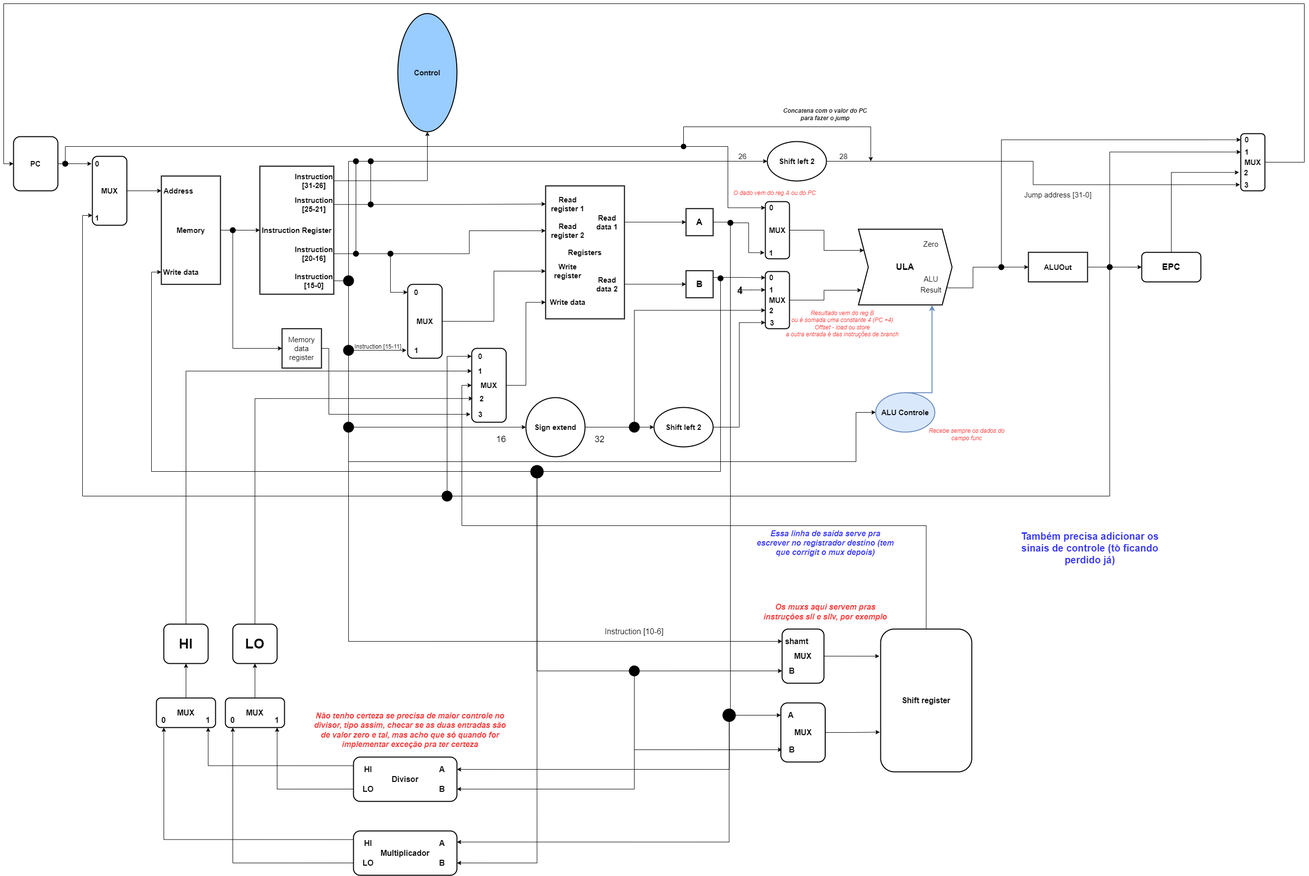
The draw.io diagram Projeto/Unidade de Processamento/Unidade de Processamento.png in phdfreitas/infrahw-2021-2, before a commit. Source tidied: cells renumbered, new cells last; positions are measured from the earlier drawing's top-left corner, leaving out a move shared by most shapes.
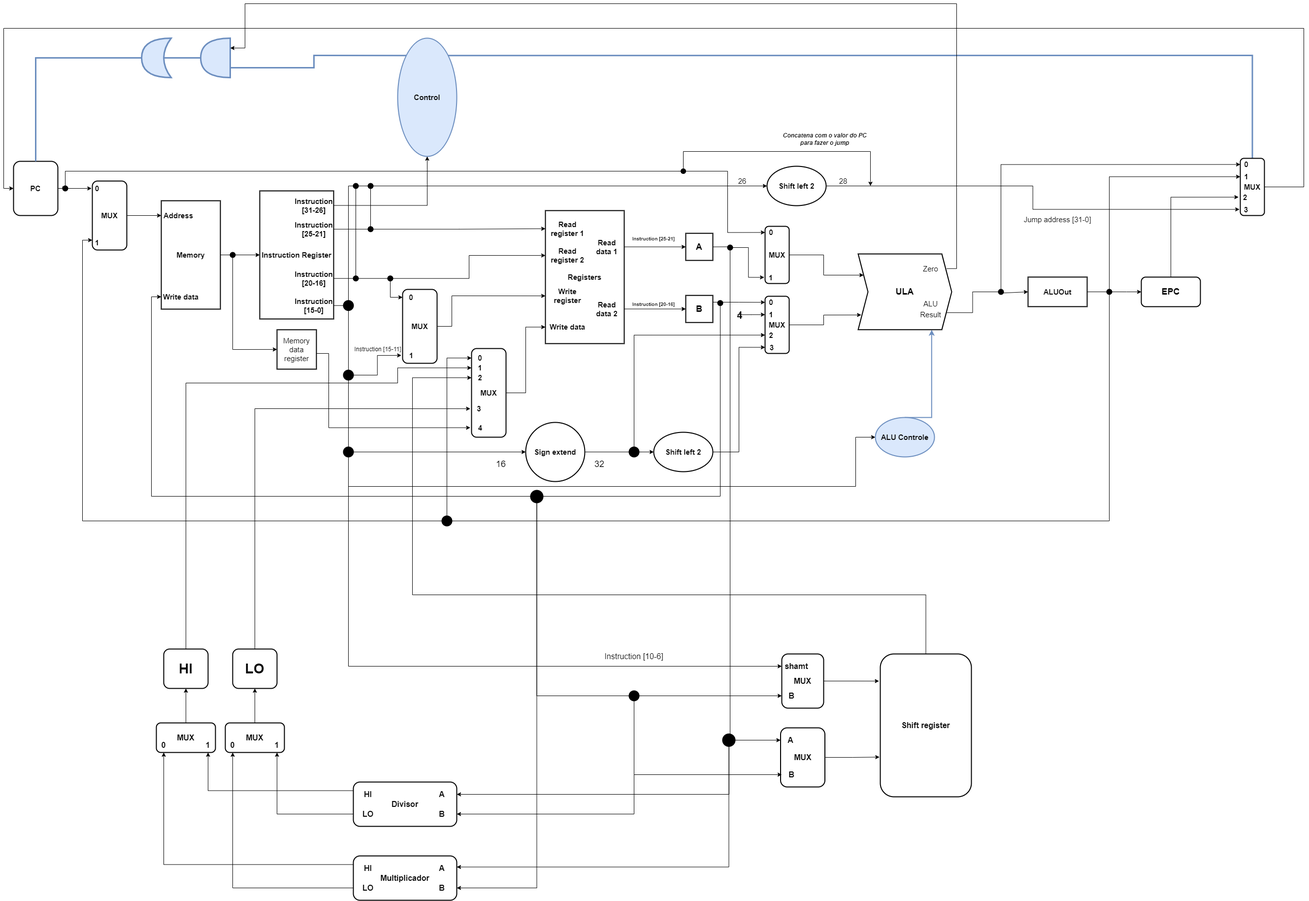
After the commit.

What changed in the source:
```diff
@@ -62,13 +62,14 @@
     <mxCell id="21" style="edgeStyle=orthogonalEdgeStyle;rounded=0;jettySize=auto;html=1;exitX=1;exitY=0.5;exitDx=0;exitDy=0;entryX=0;entryY=0.5;entryDx=0;entryDy=0;fontSize=12;endArrow=classic;endFill=1;" parent="1" edge="1" source="22" target="85">
       <mxGeometry relative="1" as="geometry">
         <Array as="points">
-          <mxPoint x="660" y="700" />
-          <mxPoint x="660" y="834" />
+          <mxPoint x="635" y="660" />
+          <mxPoint x="660" y="660" />
+          <mxPoint x="660" y="811" />
         </Array>
       </mxGeometry>
     </mxCell>
     <mxCell id="22" value="Memory data register" style="whiteSpace=wrap;html=1;fontSize=15;strokeWidth=2;" parent="1" vertex="1">
-      <mxGeometry x="565" y="660" width="80" height="80" as="geometry" />
+      <mxGeometry x="555" y="611.9" width="80" height="80" as="geometry" />
     </mxCell>
     <mxCell id="23" style="edgeStyle=orthogonalEdgeStyle;rounded=0;jettySize=auto;html=1;exitX=1;exitY=0.5;exitDx=0;exitDy=0;fontSize=15;endArrow=none;" parent="1" edge="1" source="10" target="25">
       <mxGeometry relative="1" as="geometry" />
@@ -85,17 +86,23 @@
     <mxCell id="27" style="edgeStyle=orthogonalEdgeStyle;rounded=0;jettySize=auto;html=1;exitX=0.5;exitY=1;exitDx=0;exitDy=0;entryX=0;entryY=0.5;entryDx=0;entryDy=0;fontSize=15;" parent="1" edge="1" source="25" target="22">
       <mxGeometry relative="1" as="geometry" />
     </mxCell>
+    <mxCell id="221" style="edgeStyle=orthogonalEdgeStyle;rounded=0;jettySize=auto;html=1;exitX=1;exitY=0;exitDx=0;exitDy=0;fontSize=10;entryX=1;entryY=0;entryDx=0;entryDy=0;fillColor=#dae8fc;strokeColor=#6c8ebf;strokeWidth=3;endArrow=none;endFill=0;" parent="1" edge="1" source="28" target="135">
+      <mxGeometry relative="1" as="geometry" />
+    </mxCell>
+    <mxCell id="222" style="edgeStyle=orthogonalEdgeStyle;rounded=0;jettySize=auto;html=1;exitX=0;exitY=0.25;exitDx=0;exitDy=0;entryX=0;entryY=0;entryDx=0;entryDy=0;fontSize=10;startArrow=none;startFill=0;endArrow=none;endFill=0;strokeColor=#6c8ebf;strokeWidth=3;exitPerimeter=0;fillColor=#dae8fc;" parent="1" edge="1" source="227" target="28">
+      <mxGeometry relative="1" as="geometry" />
+    </mxCell>
-    <mxCell id="28" value="&lt;b&gt;Control&lt;/b&gt;" style="ellipse;whiteSpace=wrap;html=1;fontSize=15;strokeWidth=2;fillColor=#99CCFF;strokeColor=#000000;" parent="1" vertex="1">
+    <mxCell id="28" value="&lt;b&gt;Control&lt;/b&gt;" style="ellipse;whiteSpace=wrap;html=1;fontSize=15;strokeWidth=2;fillColor=#dae8fc;strokeColor=#6c8ebf;" parent="1" vertex="1">
       <mxGeometry x="800" y="20" width="120" height="240" as="geometry" />
     </mxCell>
     <mxCell id="29" style="edgeStyle=orthogonalEdgeStyle;rounded=0;jettySize=auto;html=1;exitX=1;exitY=0.5;exitDx=0;exitDy=0;entryX=0.5;entryY=1;entryDx=0;entryDy=0;fontSize=15;" parent="1" edge="1" source="17" target="28">
       <mxGeometry relative="1" as="geometry" />
     </mxCell>
     <mxCell id="30" style="group;" parent="1" vertex="1">
-      <mxGeometry x="1100" y="370" width="160" height="270" as="geometry" />
+      <mxGeometry x="1100" y="370" width="290" height="270" as="geometry" />
     </mxCell>
     <mxCell id="31" style="group;" parent="30" vertex="1">
-      <mxGeometry width="160" height="270" as="geometry" />
+      <mxGeometry width="290" height="270" as="geometry" />
     </mxCell>
     <mxCell id="32" value="&lt;b&gt;Registers&lt;/b&gt;" style="rounded=0;whiteSpace=wrap;html=1;fontSize=15;strokeWidth=2;" parent="31" vertex="1">
       <mxGeometry width="160" height="270" as="geometry" />
@@ -118,8 +125,14 @@
     <mxCell id="38" value="&lt;b&gt;Read data 2&lt;/b&gt;" style="text;html=1;strokeColor=none;fillColor=none;align=center;verticalAlign=middle;whiteSpace=wrap;rounded=0;fontSize=15;" parent="31" vertex="1">
       <mxGeometry x="90" y="181.3" width="70" height="36.8" as="geometry" />
     </mxCell>
+    <mxCell id="223" value="&lt;font style=&quot;font-size: 10px&quot;&gt;&lt;b&gt;Instruction [25-21]&lt;/b&gt;&lt;/font&gt;" style="text;html=1;strokeColor=none;fillColor=none;align=center;verticalAlign=middle;whiteSpace=wrap;rounded=0;fontSize=15;" parent="31" vertex="1">
+      <mxGeometry x="150" y="37.2" width="140" height="35.5" as="geometry" />
+    </mxCell>
+    <mxCell id="224" value="&lt;font style=&quot;font-size: 10px&quot;&gt;&lt;b&gt;Instruction [20-16]&lt;/b&gt;&lt;/font&gt;" style="text;html=1;strokeColor=none;fillColor=none;align=center;verticalAlign=middle;whiteSpace=wrap;rounded=0;fontSize=15;" parent="31" vertex="1">
+      <mxGeometry x="150" y="170" width="140" height="35.5" as="geometry" />
+    </mxCell>
     <mxCell id="39" style="group;" parent="1" vertex="1">
-      <mxGeometry x="800" y="570" width="90" height="150" as="geometry" />
+      <mxGeometry x="790" y="530" width="90" height="150" as="geometry" />
     </mxCell>
     <mxCell id="40" style="group;" parent="39" vertex="1">
       <mxGeometry width="90" height="150" as="geometry" />
@@ -219,10 +232,15 @@
       <mxGeometry relative="1" as="geometry" />
     </mxCell>
     <mxCell id="71" value="&lt;font style=&quot;font-size: 12px&quot;&gt;Instruction [15-11]&lt;/font&gt;" style="text;html=1;strokeColor=none;fillColor=none;align=center;verticalAlign=middle;whiteSpace=wrap;rounded=0;fontSize=15;" parent="1" vertex="1">
-      <mxGeometry x="690" y="680" width="140" height="30" as="geometry" />
+      <mxGeometry x="690" y="634.9" width="140" height="30" as="geometry" />
     </mxCell>
     <mxCell id="72" style="edgeStyle=orthogonalEdgeStyle;rounded=0;jettySize=auto;html=1;exitX=1;exitY=0.5;exitDx=0;exitDy=0;entryX=0;entryY=0.5;entryDx=0;entryDy=0;fontSize=12;endArrow=classic;endFill=1;" parent="1" edge="1" source="41" target="35">
-      <mxGeometry relative="1" as="geometry" />
+      <mxGeometry relative="1" as="geometry">
+        <Array as="points">
+          <mxPoint x="910" y="605" />
+          <mxPoint x="910" y="543" />
+        </Array>
+      </mxGeometry>
     </mxCell>
     <mxCell id="73" style="edgeStyle=orthogonalEdgeStyle;rounded=0;jettySize=auto;html=1;exitX=1;exitY=0.5;exitDx=0;exitDy=0;entryX=0;entryY=0.5;entryDx=0;entryDy=0;fontSize=12;endArrow=classic;endFill=1;" parent="1" edge="1" source="74" target="80">
       <mxGeometry relative="1" as="geometry" />
@@ -255,26 +273,29 @@
       <mxGeometry x="1320" y="820" width="120" height="80" as="geometry" />
     </mxCell>
     <mxCell id="81" style="group;" parent="1" vertex="1">
-      <mxGeometry x="930" y="700" width="90" height="150" as="geometry" />
+      <mxGeometry x="930" y="650" width="90" height="180" as="geometry" />
     </mxCell>
     <mxCell id="82" style="group;" parent="81" vertex="1">
-      <mxGeometry width="90" height="150" as="geometry" />
+      <mxGeometry width="90" height="180" as="geometry" />
     </mxCell>
     <mxCell id="83" value="&lt;b&gt;MUX&lt;/b&gt;" style="rounded=1;whiteSpace=wrap;html=1;fontSize=15;strokeWidth=2;" parent="82" vertex="1">
-      <mxGeometry x="20" width="70" height="150" as="geometry" />
+      <mxGeometry x="20" width="70" height="180" as="geometry" />
     </mxCell>
     <mxCell id="84" value="&lt;b&gt;0&lt;/b&gt;" style="text;html=1;strokeColor=none;fillColor=none;align=center;verticalAlign=middle;whiteSpace=wrap;rounded=0;fontSize=15;" parent="82" vertex="1">
-      <mxGeometry x="20" width="35" height="32.1" as="geometry" />
+      <mxGeometry x="20" width="35" height="38.6" as="geometry" />
     </mxCell>
-    <mxCell id="85" value="&lt;b&gt;3&lt;/b&gt;" style="text;html=1;strokeColor=none;fillColor=none;align=center;verticalAlign=middle;whiteSpace=wrap;rounded=0;fontSize=15;" parent="82" vertex="1">
-      <mxGeometry x="17.5" y="117.9" width="40" height="32.1" as="geometry" />
+    <mxCell id="85" value="&lt;b&gt;4&lt;/b&gt;" style="text;html=1;strokeColor=none;fillColor=none;align=center;verticalAlign=middle;whiteSpace=wrap;rounded=0;fontSize=15;" parent="82" vertex="1">
+      <mxGeometry x="17.5" y="141.4" width="40" height="38.6" as="geometry" />
     </mxCell>
     <mxCell id="86" value="&lt;b&gt;1&lt;/b&gt;" style="text;html=1;strokeColor=none;fillColor=none;align=center;verticalAlign=middle;whiteSpace=wrap;rounded=0;fontSize=15;" parent="82" vertex="1">
-      <mxGeometry x="20" y="30" width="35" height="32.1" as="geometry" />
+      <mxGeometry x="20" y="20" width="35" height="38.6" as="geometry" />
     </mxCell>
-    <mxCell id="87" value="&lt;b&gt;2&lt;/b&gt;" style="text;html=1;strokeColor=none;fillColor=none;align=center;verticalAlign=middle;whiteSpace=wrap;rounded=0;fontSize=15;" parent="82" vertex="1">
-      <mxGeometry x="22.5" y="85.7" width="35" height="32.1" as="geometry" />
+    <mxCell id="87" value="&lt;b&gt;3&lt;/b&gt;" style="text;html=1;strokeColor=none;fillColor=none;align=center;verticalAlign=middle;whiteSpace=wrap;rounded=0;fontSize=15;" parent="82" vertex="1">
+      <mxGeometry x="17.5" y="102.9" width="35" height="38.6" as="geometry" />
     </mxCell>
+    <mxCell id="225" value="&lt;b&gt;2&lt;/b&gt;" style="text;html=1;strokeColor=none;fillColor=none;align=center;verticalAlign=middle;whiteSpace=wrap;rounded=0;fontSize=15;" parent="82" vertex="1">
+      <mxGeometry x="20" y="40" width="35" height="38.6" as="geometry" />
+    </mxCell>
     <mxCell id="88" style="edgeStyle=orthogonalEdgeStyle;rounded=0;jettySize=auto;html=1;exitX=1;exitY=0.5;exitDx=0;exitDy=0;entryX=0;entryY=0.5;entryDx=0;entryDy=0;fontSize=12;endArrow=classic;endFill=1;" parent="1" edge="1" source="83" target="36">
       <mxGeometry relative="1" as="geometry" />
     </mxCell>
@@ -493,21 +514,16 @@
     <mxCell id="146" style="edgeStyle=orthogonalEdgeStyle;rounded=0;jettySize=auto;html=1;exitX=0;exitY=0.5;exitDx=0;exitDy=0;fontSize=15;endArrow=classic;endFill=1;entryX=0;entryY=0.5;entryDx=0;entryDy=0;startArrow=none;" parent="1" edge="1" source="151" target="84">
       <mxGeometry relative="1" as="geometry">
         <Array as="points">
-          <mxPoint x="900" y="716" />
+          <mxPoint x="900" y="1000" />
+          <mxPoint x="900" y="669" />
         </Array>
       </mxGeometry>
     </mxCell>
-    <mxCell id="147" value="&lt;font color=&quot;#ff3333&quot;&gt;&lt;i&gt;O dado vem do reg A ou do PC&lt;/i&gt;&lt;/font&gt;" style="text;html=1;strokeColor=none;fillColor=none;align=center;verticalAlign=middle;whiteSpace=wrap;rounded=0;" parent="1" vertex="1">
-      <mxGeometry x="1470" y="370" width="190" height="30" as="geometry" />
-    </mxCell>
     <mxCell id="148" style="edgeStyle=orthogonalEdgeStyle;rounded=0;jettySize=auto;html=1;exitX=0;exitY=0.5;exitDx=0;exitDy=0;fontColor=#FF3333;entryX=0;entryY=0.5;entryDx=0;entryDy=0;" parent="1" edge="1" target="101">
       <mxGeometry relative="1" as="geometry">
         <mxPoint x="1490" y="581.3" as="sourcePoint" />
       </mxGeometry>
     </mxCell>
-    <mxCell id="149" value="&lt;font color=&quot;#ff3333&quot;&gt;&lt;i&gt;Resultado vem do reg B&lt;br&gt;ou é somada uma constante 4 (PC +4)&lt;br&gt;Offset - load ou store&lt;br&gt;a outra entrada é das instruções de branch&lt;br&gt;&lt;/i&gt;&lt;/font&gt;" style="text;html=1;strokeColor=none;fillColor=none;align=center;verticalAlign=middle;whiteSpace=wrap;rounded=0;" parent="1" vertex="1">
-      <mxGeometry x="1580" y="611.9" width="245" height="76.1" as="geometry" />
-    </mxCell>
     <mxCell id="150" style="ellipse;whiteSpace=wrap;html=1;fontSize=15;strokeWidth=2;fillColor=#000000;" parent="1" vertex="1">
       <mxGeometry x="1270" y="850" width="20" height="20" as="geometry" />
     </mxCell>
@@ -518,13 +534,11 @@
       <mxGeometry relative="1" as="geometry">
         <mxPoint x="820" y="1000" as="sourcePoint" />
         <Array as="points">
-          <mxPoint x="900" y="1000" />
+          <mxPoint x="870" y="1000" />
+          <mxPoint x="870" y="1000" />
         </Array>
       </mxGeometry>
     </mxCell>
-    <mxCell id="153" value="&lt;font color=&quot;#ff3333&quot;&gt;&lt;i&gt;Recebe sempre os dados do campo func&lt;/i&gt;&lt;/font&gt;" style="text;html=1;strokeColor=none;fillColor=none;align=center;verticalAlign=middle;whiteSpace=wrap;rounded=0;" parent="1" vertex="1">
-      <mxGeometry x="1860" y="860" width="190" height="30" as="geometry" />
-    </mxCell>
     <mxCell id="154" style="endArrow=classic;html=1;rounded=0;" parent="1" edge="1">
       <mxGeometry relative="1" as="geometry">
         <mxPoint x="1380" y="290" as="sourcePoint" />
@@ -549,7 +563,13 @@
       </mxGeometry>
     </mxCell>
     <mxCell id="158" style="edgeStyle=orthogonalEdgeStyle;rounded=0;jettySize=auto;html=1;exitX=0.5;exitY=0;exitDx=0;exitDy=0;entryX=0;entryY=0.5;entryDx=0;entryDy=0;fontSize=28;strokeWidth=1;" parent="1" edge="1" source="159" target="86">
-      <mxGeometry relative="1" as="geometry" />
+      <mxGeometry relative="1" as="geometry">
+        <Array as="points">
+          <mxPoint x="370" y="720" />
+          <mxPoint x="800" y="720" />
+          <mxPoint x="800" y="690" />
+        </Array>
+      </mxGeometry>
     </mxCell>
     <mxCell id="159" value="&lt;b&gt;&lt;font style=&quot;font-size: 28px&quot;&gt;HI&lt;/font&gt;&lt;/b&gt;" style="rounded=1;whiteSpace=wrap;html=1;fillColor=none;strokeWidth=2;" parent="1" vertex="1">
       <mxGeometry x="325" y="1260" width="90" height="80" as="geometry" />
@@ -675,9 +695,6 @@
     <mxCell id="196" style="edgeStyle=orthogonalEdgeStyle;rounded=0;jettySize=auto;html=1;exitX=0;exitY=0.5;exitDx=0;exitDy=0;entryX=0.5;entryY=1;entryDx=0;entryDy=0;fontSize=16;" parent="1" edge="1" source="185" target="190">
       <mxGeometry relative="1" as="geometry" />
     </mxCell>
-    <mxCell id="197" style="edgeStyle=orthogonalEdgeStyle;rounded=0;jettySize=auto;html=1;exitX=0.5;exitY=0;exitDx=0;exitDy=0;entryX=0;entryY=0.5;entryDx=0;entryDy=0;fontSize=16;fontColor=#FF3333;" parent="1" edge="1" source="198" target="83">
-      <mxGeometry relative="1" as="geometry" />
-    </mxCell>
     <mxCell id="198" value="&lt;b&gt;Shift register&lt;/b&gt;" style="rounded=1;whiteSpace=wrap;html=1;fontSize=16;strokeWidth=2;" parent="1" vertex="1">
       <mxGeometry x="1780" y="1270" width="185" height="290" as="geometry" />
     </mxCell>
@@ -749,17 +766,36 @@
     <mxCell id="216" style="edgeStyle=orthogonalEdgeStyle;rounded=0;jettySize=auto;html=1;exitX=1;exitY=0.5;exitDx=0;exitDy=0;entryX=-0.014;entryY=0.19;entryDx=0;entryDy=0;entryPerimeter=0;fontSize=16;" parent="1" edge="1" source="202" target="198">
       <mxGeometry relative="1" as="geometry" />
     </mxCell>
-    <mxCell id="217" value="&lt;i&gt;&lt;b&gt;&lt;font color=&quot;#ff3333&quot;&gt;Os muxs aqui servem pras instruções sll e sllv, por exemplo&lt;/font&gt;&lt;/b&gt;&lt;/i&gt;" style="text;html=1;strokeColor=none;fillColor=none;align=center;verticalAlign=middle;whiteSpace=wrap;rounded=0;fontSize=16;" parent="1" vertex="1">
-      <mxGeometry x="1522.5" y="1210" width="290" height="50" as="geometry" />
-    </mxCell>
-    <mxCell id="218" value="&lt;i&gt;&lt;b&gt;&lt;font color=&quot;#3333ff&quot;&gt;Essa linha de saída serve pra escrever no registrador destino (tem que corrigit o mux depois)&lt;/font&gt;&lt;/b&gt;&lt;/i&gt;" style="text;html=1;strokeColor=none;fillColor=none;align=center;verticalAlign=middle;whiteSpace=wrap;rounded=0;fontSize=16;" parent="1" vertex="1">
-      <mxGeometry x="1522.5" y="1070" width="290" height="50" as="geometry" />
-    </mxCell>
-    <mxCell id="219" value="&lt;b&gt;&lt;font style=&quot;font-size: 20px&quot;&gt;Também precisa adicionar os sinais de controle (tô ficando perdido já)&lt;/font&gt;&lt;/b&gt;" style="text;html=1;strokeColor=none;fillColor=none;align=center;verticalAlign=middle;whiteSpace=wrap;rounded=0;fontSize=16;fontColor=#3333FF;" parent="1" vertex="1">
-      <mxGeometry x="2060" y="1090" width="290" height="30" as="geometry" />
-    </mxCell>
-    <mxCell id="220" value="&lt;i&gt;&lt;b&gt;&lt;font color=&quot;#ff3333&quot;&gt;Não tenho certeza se precisa de maior controle no divisor, tipo assim, checar se as duas entradas são de valor zero e tal, mas acho que só quando for implementar exceção pra ter certeza&lt;/font&gt;&lt;/b&gt;&lt;/i&gt;" style="text;html=1;strokeColor=none;fillColor=none;align=center;verticalAlign=middle;whiteSpace=wrap;rounded=0;fontSize=16;" parent="1" vertex="1">
-      <mxGeometry x="620" y="1450" width="410" height="50" as="geometry" />
-    </mxCell>
+    <mxCell id="226" style="edgeStyle=orthogonalEdgeStyle;rounded=0;jettySize=auto;html=1;exitX=1;exitY=0.5;exitDx=0;exitDy=0;exitPerimeter=0;entryX=0.25;entryY=0.5;entryDx=0;entryDy=0;entryPerimeter=0;fontSize=10;startArrow=none;startFill=0;endArrow=none;endFill=0;strokeColor=#6c8ebf;strokeWidth=3;fillColor=#dae8fc;" parent="1" edge="1" source="227" target="230">
+      <mxGeometry relative="1" as="geometry" />
+    </mxCell>
+    <mxCell id="227" style="shape=or;whiteSpace=wrap;html=1;fontSize=10;fillColor=#dae8fc;strokeColor=#6c8ebf;strokeWidth=3;rotation=90;direction=south;" parent="1" vertex="1">
+      <mxGeometry x="390" y="30" width="80" height="60" as="geometry" />
+    </mxCell>
+    <mxCell id="228" style="edgeStyle=orthogonalEdgeStyle;rounded=0;jettySize=auto;html=1;exitX=0;exitY=0.75;exitDx=0;exitDy=0;entryX=1;entryY=0.5;entryDx=0;entryDy=0;fontSize=10;endArrow=none;endFill=0;strokeColor=default;strokeWidth=1;startArrow=classic;startFill=1;exitPerimeter=0;" parent="1" edge="1" source="227" target="124">
+      <mxGeometry relative="1" as="geometry">
+        <Array as="points">
+          <mxPoint x="490" y="40" />
+          <mxPoint x="490" y="-50" />
+          <mxPoint x="1935" y="-50" />
+          <mxPoint x="1935" y="488" />
+        </Array>
+      </mxGeometry>
+    </mxCell>
+    <mxCell id="229" style="edgeStyle=orthogonalEdgeStyle;rounded=0;jettySize=auto;html=1;exitX=1;exitY=0.5;exitDx=0;exitDy=0;exitPerimeter=0;entryX=0.5;entryY=0;entryDx=0;entryDy=0;fontSize=10;startArrow=none;startFill=0;endArrow=none;endFill=0;strokeColor=#6c8ebf;strokeWidth=3;fillColor=#dae8fc;" parent="1" edge="1" source="230" target="3">
+      <mxGeometry relative="1" as="geometry" />
+    </mxCell>
+    <mxCell id="230" style="shape=xor;whiteSpace=wrap;html=1;fontSize=10;strokeWidth=3;fillColor=#dae8fc;strokeColor=#6c8ebf;rotation=-180;" parent="1" vertex="1">
+      <mxGeometry x="280" y="20" width="60" height="80" as="geometry" />
+    </mxCell>
+    <mxCell id="231" style="edgeStyle=orthogonalEdgeStyle;rounded=0;jettySize=auto;html=1;exitX=0;exitY=0.5;exitDx=0;exitDy=0;entryX=0.5;entryY=0;entryDx=0;entryDy=0;fontSize=10;startArrow=classic;startFill=1;endArrow=none;endFill=0;strokeColor=default;strokeWidth=1;" parent="1" edge="1" source="225" target="198">
+      <mxGeometry relative="1" as="geometry">
+        <Array as="points">
+          <mxPoint x="830" y="709" />
+          <mxPoint x="830" y="1150" />
+          <mxPoint x="1873" y="1150" />
+        </Array>
+      </mxGeometry>
+    </mxCell>
   </root>
 </mxGraphModel>
```
